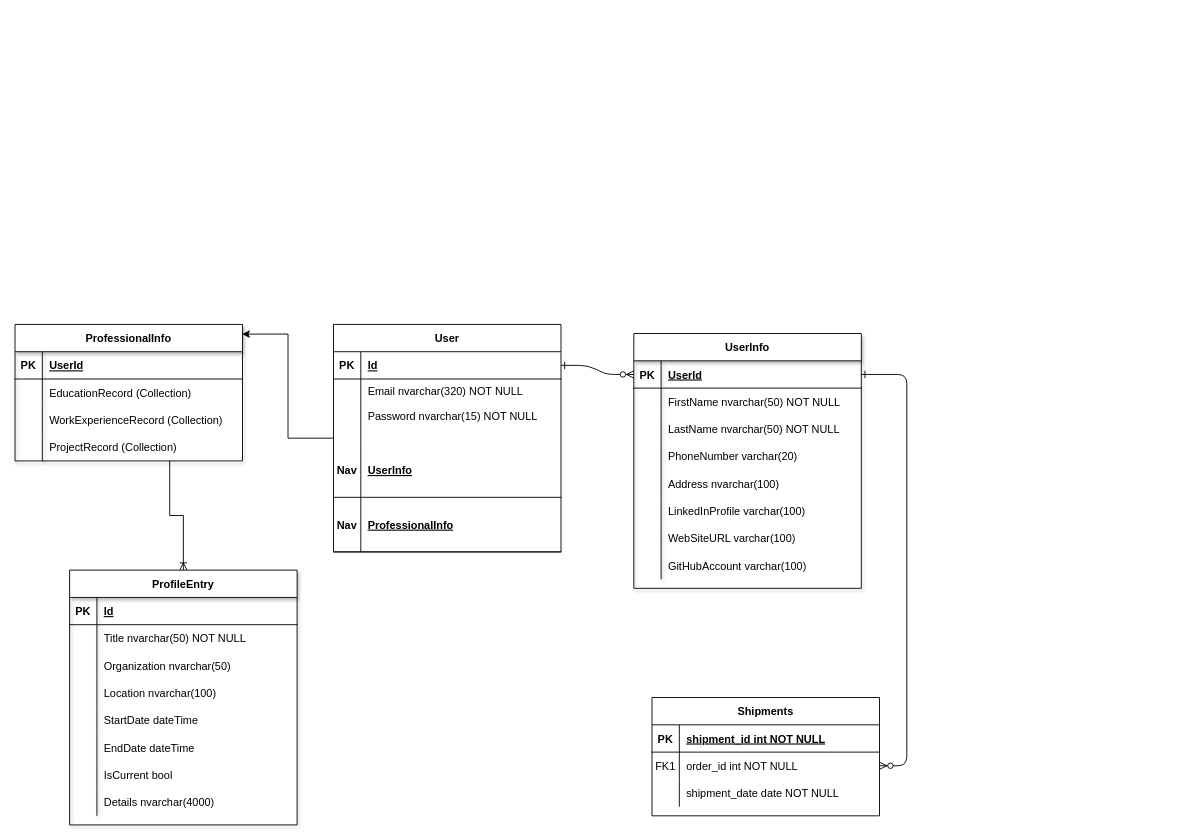
This is ResumeBuilderDBDiagram.drawio from SantiCarreno9/ResumeBuilderMVC, a draw.io file, before an edit. Source tidied: cells renumbered, new cells numbered last; positions are measured from the earlier drawing's top-left corner, leaving out a move shared by most shapes. Both pictures are drawn from the tidied source at 91%, with x=0, y=0 at pixel (15, 324).
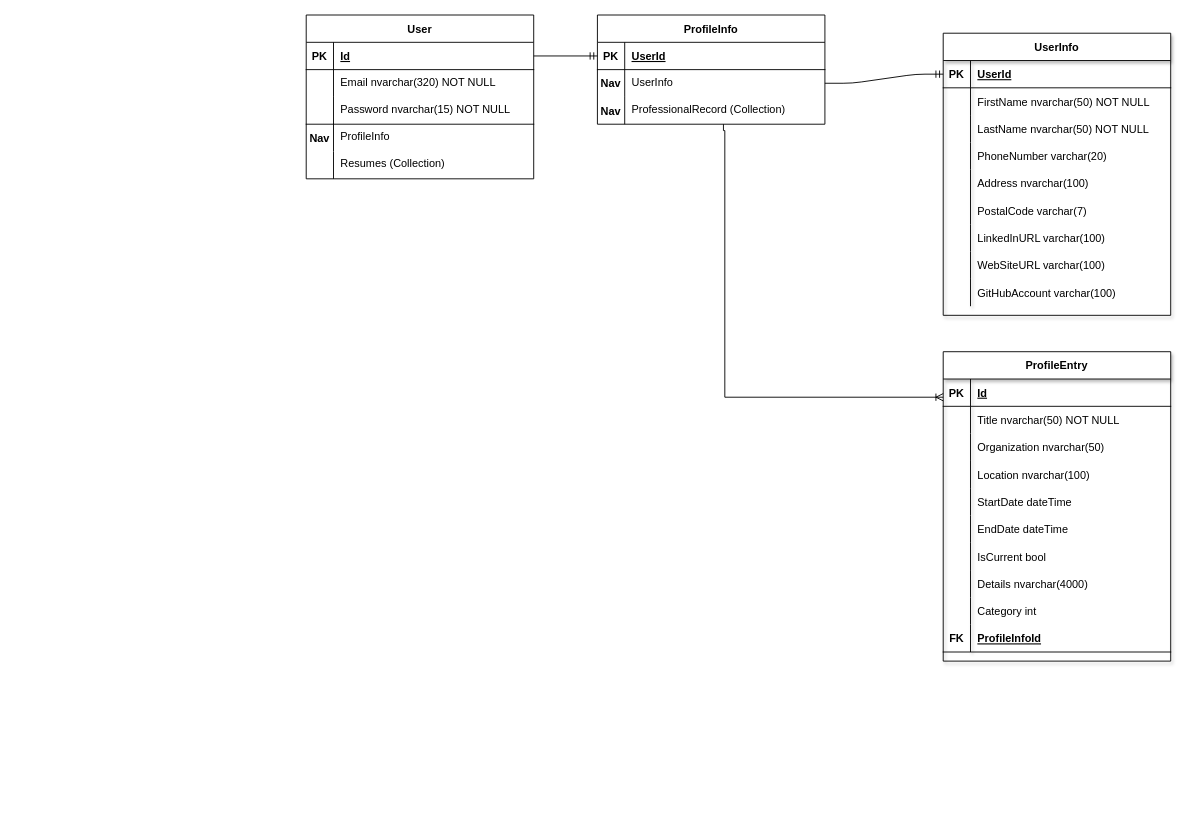
Above is the later version.

The change refers to these unchanged cells:
```xml
<mxCell id="5" style="shape=partialRectangle;fillColor=none;points=[[0,0.5],[1,0.5]];portConstraint=eastwest;top=0;left=0;right=0;bottom=1;" parent="4" vertex="1">
  <mxGeometry y="30" width="250" height="30" as="geometry" />
</mxCell>
<mxCell id="40" style="shape=partialRectangle;fillColor=none;points=[[0,0.5],[1,0.5]];portConstraint=eastwest;top=0;left=0;right=0;bottom=1;" parent="39" vertex="1">
  <mxGeometry y="30" width="250" height="30" as="geometry" />
</mxCell>
```

Change to the diagram source:
```diff
@@
-    <mxCell id="2" style="edgeStyle=entityRelationEdgeStyle;endArrow=ERzeroToMany;startArrow=ERone;endFill=1;startFill=0;entryX=0;entryY=0.5;entryDx=0;entryDy=0;" parent="1" edge="1" source="40" target="5">
+    <mxCell id="2" style="edgeStyle=entityRelationEdgeStyle;endArrow=ERmandOne;startArrow=none;endFill=0;startFill=0;entryX=0;entryY=0.5;entryDx=0;entryDy=0;exitX=1;exitY=0.5;exitDx=0;exitDy=0;" parent="1" edge="1" target="5">
       <mxGeometry relative="1" as="geometry">
+        <mxPoint x="890" y="-265" as="sourcePoint" />
         <Array as="points">
           <mxPoint x="660" y="80" />
         </Array>
       </mxGeometry>
     </mxCell>
-    <mxCell id="3" style="edgeStyle=entityRelationEdgeStyle;endArrow=ERzeroToMany;startArrow=ERone;endFill=1;startFill=0;" parent="1" edge="1" source="5" target="33">
-      <mxGeometry relative="1" as="geometry" />
-    </mxCell>
     <mxCell id="4" value="UserInfo" style="shape=table;startSize=30;childLayout=tableLayout;rowLines=0;fontStyle=1;align=center;shadow=1;" parent="1" vertex="1">
-      <mxGeometry x="680" y="10" width="250" height="280" as="geometry" />
+      <mxGeometry x="1020" y="-320" width="250" height="310" as="geometry" />
     </mxCell>
@@
+    <mxCell id="92" style="shape=partialRectangle;fillColor=none;top=0;left=0;right=0;bottom=0;" parent="4" vertex="1">
+      <mxGeometry y="180" width="250" height="30" as="geometry" />
+    </mxCell>
+    <mxCell id="93" style="shape=partialRectangle;overflow=hidden;fillColor=none;top=0;left=0;bottom=0;right=0;" parent="92" vertex="1">
+      <mxGeometry width="30" height="30" as="geometry" />
+    </mxCell>
+    <mxCell id="94" value="PostalCode varchar(7)" style="shape=partialRectangle;overflow=hidden;fillColor=none;top=0;left=0;bottom=0;right=0;align=left;spacingLeft=6;" parent="92" vertex="1">
+      <mxGeometry x="30" width="220" height="30" as="geometry" />
+    </mxCell>
     <mxCell id="20" style="shape=partialRectangle;fillColor=none;top=0;left=0;right=0;bottom=0;" parent="4" vertex="1">
-      <mxGeometry y="180" width="250" height="30" as="geometry" />
+      <mxGeometry y="210" width="250" height="30" as="geometry" />
     </mxCell>
@@
-    <mxCell id="22" value="LinkedInProfile varchar(100)" style="shape=partialRectangle;overflow=hidden;fillColor=none;top=0;left=0;bottom=0;right=0;align=left;spacingLeft=6;" parent="20" vertex="1">
+    <mxCell id="22" value="LinkedInURL varchar(100)" style="shape=partialRectangle;overflow=hidden;fillColor=none;top=0;left=0;bottom=0;right=0;align=left;spacingLeft=6;" parent="20" vertex="1">
       <mxGeometry x="30" width="220" height="30" as="geometry" />
     </mxCell>
     <mxCell id="23" style="shape=partialRectangle;fillColor=none;top=0;left=0;right=0;bottom=0;" parent="4" vertex="1">
-      <mxGeometry y="210" width="250" height="30" as="geometry" />
+      <mxGeometry y="240" width="250" height="30" as="geometry" />
     </mxCell>
@@
     <mxCell id="26" style="shape=partialRectangle;fillColor=none;top=0;left=0;right=0;bottom=0;" parent="4" vertex="1">
-      <mxGeometry y="240" width="250" height="30" as="geometry" />
+      <mxGeometry y="270" width="250" height="30" as="geometry" />
     </mxCell>
@@
-    <mxCell id="29" value="Shipments" style="shape=table;startSize=30;childLayout=tableLayout;rowLines=0;fontStyle=1;align=center;" parent="1" vertex="1">
-      <mxGeometry x="700" y="410" width="250" height="130" as="geometry" />
-    </mxCell>
-    <mxCell id="30" style="shape=partialRectangle;fillColor=none;top=0;left=0;right=0;bottom=1;" parent="29" vertex="1">
-      <mxGeometry y="30" width="250" height="30" as="geometry" />
-    </mxCell>
-    <mxCell id="31" value="PK" style="shape=partialRectangle;overflow=hidden;fillColor=none;top=0;left=0;bottom=0;right=0;fontStyle=1;" parent="30" vertex="1">
-      <mxGeometry width="30" height="30" as="geometry" />
-    </mxCell>
-    <mxCell id="32" value="shipment_id int NOT NULL " style="shape=partialRectangle;overflow=hidden;fillColor=none;top=0;left=0;bottom=0;right=0;align=left;spacingLeft=6;fontStyle=5;" parent="30" vertex="1">
-      <mxGeometry x="30" width="220" height="30" as="geometry" />
-    </mxCell>
-    <mxCell id="33" style="shape=partialRectangle;fillColor=none;points=[[0,0.5],[1,0.5]];portConstraint=eastwest;top=0;left=0;right=0;bottom=0;" parent="29" vertex="1">
-      <mxGeometry y="60" width="250" height="30" as="geometry" />
-    </mxCell>
-    <mxCell id="34" value="FK1" style="shape=partialRectangle;overflow=hidden;fillColor=none;top=0;left=0;bottom=0;right=0;" parent="33" vertex="1">
-      <mxGeometry width="30" height="30" as="geometry" />
-    </mxCell>
-    <mxCell id="35" value="order_id int NOT NULL" style="shape=partialRectangle;overflow=hidden;fillColor=none;top=0;left=0;bottom=0;right=0;align=left;spacingLeft=6;" parent="33" vertex="1">
-      <mxGeometry x="30" width="220" height="30" as="geometry" />
-    </mxCell>
-    <mxCell id="36" style="shape=partialRectangle;fillColor=none;top=0;left=0;right=0;bottom=0;" parent="29" vertex="1">
-      <mxGeometry y="90" width="250" height="30" as="geometry" />
-    </mxCell>
-    <mxCell id="37" style="shape=partialRectangle;overflow=hidden;fillColor=none;top=0;left=0;bottom=0;right=0;" parent="36" vertex="1">
-      <mxGeometry width="30" height="30" as="geometry" />
-    </mxCell>
-    <mxCell id="38" value="shipment_date date NOT NULL" style="shape=partialRectangle;overflow=hidden;fillColor=none;top=0;left=0;bottom=0;right=0;align=left;spacingLeft=6;" parent="36" vertex="1">
-      <mxGeometry x="30" width="220" height="30" as="geometry" />
-    </mxCell>
     <mxCell id="39" value="User" style="shape=table;startSize=30;childLayout=tableLayout;rowLines=0;fontStyle=1;align=center;" parent="1" vertex="1">
-      <mxGeometry x="350" width="250" height="250" as="geometry" />
+      <mxGeometry x="320" y="-340" width="250" height="180" as="geometry" />
     </mxCell>
@@
     <mxCell id="43" style="shape=partialRectangle;fillColor=none;top=0;left=0;right=0;bottom=0;" parent="39" vertex="1">
-      <mxGeometry y="60" width="250" height="70" as="geometry" />
+      <mxGeometry y="60" width="250" height="30" as="geometry" />
     </mxCell>
     <mxCell id="44" style="shape=partialRectangle;overflow=hidden;fillColor=none;top=0;left=0;bottom=0;right=0;" parent="43" vertex="1">
-      <mxGeometry width="30" height="70" as="geometry" />
+      <mxGeometry width="30" height="30" as="geometry" />
     </mxCell>
-    <mxCell id="45" value="Email nvarchar(320) NOT NULL&#10;&#10;Password nvarchar(15) NOT NULL&#10;" style="shape=partialRectangle;overflow=hidden;fillColor=none;top=0;left=0;bottom=0;right=0;align=left;spacingLeft=6;verticalAlign=top;" parent="43" vertex="1">
-      <mxGeometry x="30" width="220" height="70" as="geometry" />
+    <mxCell id="45" value="Email nvarchar(320) NOT NULL&#10;" style="shape=partialRectangle;overflow=hidden;fillColor=none;top=0;left=0;bottom=0;right=0;align=left;spacingLeft=6;verticalAlign=top;" parent="43" vertex="1">
+      <mxGeometry x="30" width="220" height="30" as="geometry" />
     </mxCell>
-    <mxCell id="46" style="shape=partialRectangle;fillColor=none;top=0;left=0;right=0;bottom=1;" parent="39" vertex="1">
-      <mxGeometry y="130" width="250" height="60" as="geometry" />
-    </mxCell>
-    <mxCell id="47" value="Nav" style="shape=partialRectangle;overflow=hidden;fillColor=none;top=0;left=0;bottom=0;right=0;fontStyle=1;" parent="46" vertex="1">
-      <mxGeometry width="30" height="60" as="geometry" />
-    </mxCell>
-    <mxCell id="48" value="UserInfo" style="shape=partialRectangle;overflow=hidden;fillColor=none;top=0;left=0;bottom=0;right=0;align=left;spacingLeft=6;fontStyle=5;" parent="46" vertex="1">
-      <mxGeometry x="30" width="220" height="60" as="geometry" />
-    </mxCell>
-    <mxCell id="49" style="shape=partialRectangle;fillColor=none;top=0;left=0;right=0;bottom=1;" parent="39" vertex="1">
-      <mxGeometry y="190" width="250" height="60" as="geometry" />
-    </mxCell>
-    <mxCell id="50" value="Nav" style="shape=partialRectangle;overflow=hidden;fillColor=none;top=0;left=0;bottom=0;right=0;fontStyle=1;" parent="49" vertex="1">
-      <mxGeometry width="30" height="60" as="geometry" />
-    </mxCell>
-    <mxCell id="51" value="ProfessionalInfo" style="shape=partialRectangle;overflow=hidden;fillColor=none;top=0;left=0;bottom=0;right=0;align=left;spacingLeft=6;fontStyle=5;" parent="49" vertex="1">
-      <mxGeometry x="30" width="220" height="60" as="geometry" />
-    </mxCell>
-    <mxCell id="52" value="ProfessionalInfo" style="shape=table;startSize=30;childLayout=tableLayout;rowLines=0;fontStyle=1;align=center;shadow=1;" parent="1" vertex="1">
-      <mxGeometry width="250" height="150" as="geometry" />
-    </mxCell>
-    <mxCell id="53" style="shape=partialRectangle;fillColor=none;top=0;left=0;right=0;bottom=1;" parent="52" vertex="1">
-      <mxGeometry y="30" width="250" height="30" as="geometry" />
-    </mxCell>
-    <mxCell id="54" value="PK" style="shape=partialRectangle;overflow=hidden;fillColor=none;top=0;left=0;bottom=0;right=0;fontStyle=1;" parent="53" vertex="1">
-      <mxGeometry width="30" height="30" as="geometry" />
-    </mxCell>
-    <mxCell id="55" value="UserId" style="shape=partialRectangle;overflow=hidden;fillColor=none;top=0;left=0;bottom=0;right=0;align=left;spacingLeft=6;fontStyle=5;" parent="53" vertex="1">
-      <mxGeometry x="30" width="220" height="30" as="geometry" />
-    </mxCell>
-    <mxCell id="56" style="shape=partialRectangle;fillColor=none;top=0;left=0;right=0;bottom=0;" parent="52" vertex="1">
-      <mxGeometry y="60" width="250" height="30" as="geometry" />
-    </mxCell>
-    <mxCell id="57" style="shape=partialRectangle;overflow=hidden;fillColor=none;top=0;left=0;bottom=0;right=0;" parent="56" vertex="1">
-      <mxGeometry width="30" height="30" as="geometry" />
-    </mxCell>
-    <mxCell id="58" value="EducationRecord (Collection)" style="shape=partialRectangle;overflow=hidden;fillColor=none;top=0;left=0;bottom=0;right=0;align=left;spacingLeft=6;" parent="56" vertex="1">
-      <mxGeometry x="30" width="220" height="30" as="geometry" />
-    </mxCell>
-    <mxCell id="59" style="shape=partialRectangle;fillColor=none;top=0;left=0;right=0;bottom=0;" parent="52" vertex="1">
-      <mxGeometry y="90" width="250" height="30" as="geometry" />
-    </mxCell>
-    <mxCell id="60" style="shape=partialRectangle;overflow=hidden;fillColor=none;top=0;left=0;bottom=0;right=0;" parent="59" vertex="1">
-      <mxGeometry width="30" height="30" as="geometry" />
-    </mxCell>
-    <mxCell id="61" value="WorkExperienceRecord (Collection)" style="shape=partialRectangle;overflow=hidden;fillColor=none;top=0;left=0;bottom=0;right=0;align=left;spacingLeft=6;" parent="59" vertex="1">
-      <mxGeometry x="30" width="220" height="30" as="geometry" />
-    </mxCell>
+    <mxCell id="95" style="shape=partialRectangle;fillColor=none;top=0;left=0;right=0;bottom=0;" parent="39" vertex="1">
+      <mxGeometry y="90" width="250" height="30" as="geometry" />
+    </mxCell>
+    <mxCell id="96" style="shape=partialRectangle;overflow=hidden;fillColor=none;top=0;left=0;bottom=0;right=0;" parent="95" vertex="1">
+      <mxGeometry width="30" height="30" as="geometry" />
+    </mxCell>
+    <mxCell id="97" value="Password nvarchar(15) NOT NULL&#10;" style="shape=partialRectangle;overflow=hidden;fillColor=none;top=0;left=0;bottom=0;right=0;align=left;spacingLeft=6;verticalAlign=top;" parent="95" vertex="1">
+      <mxGeometry x="30" width="220" height="30" as="geometry" />
+    </mxCell>
-    <mxCell id="62" style="shape=partialRectangle;fillColor=none;points=[[0,0.5],[1,0.5]];portConstraint=eastwest;top=0;left=0;right=0;bottom=0;" parent="52" vertex="1">
+    <mxCell id="62" style="shape=partialRectangle;fillColor=none;points=[[0,0.5],[1,0.5]];portConstraint=eastwest;top=0;left=0;right=0;bottom=0;" parent="39" vertex="1">
       <mxGeometry y="120" width="250" height="30" as="geometry" />
     </mxCell>
-    <mxCell id="63" style="shape=partialRectangle;overflow=hidden;fillColor=none;top=0;left=0;bottom=0;right=0;" parent="62" vertex="1">
-      <mxGeometry width="30" height="30" as="geometry" />
-    </mxCell>
-    <mxCell id="64" value="ProjectRecord (Collection)" style="shape=partialRectangle;overflow=hidden;fillColor=none;top=0;left=0;bottom=0;right=0;align=left;spacingLeft=6;" parent="62" vertex="1">
-      <mxGeometry x="30" width="220" height="30" as="geometry" />
-    </mxCell>
-    <mxCell id="65" style="edgeStyle=orthogonalEdgeStyle;rounded=0;jettySize=auto;html=1;entryX=0.998;entryY=0.071;entryDx=0;entryDy=0;entryPerimeter=0;" parent="1" edge="1" source="39" target="52">
-      <mxGeometry relative="1" as="geometry" />
-    </mxCell>
+    <mxCell id="98" value="Nav" style="shape=partialRectangle;overflow=hidden;fillColor=none;top=1;left=0;bottom=0;right=0;fontStyle=1;" parent="62" vertex="1">
+      <mxGeometry width="30" height="30" as="geometry" />
+    </mxCell>
+    <mxCell id="99" value="ProfileInfo" style="shape=partialRectangle;overflow=hidden;fillColor=none;top=1;left=0;bottom=0;right=0;align=left;spacingLeft=6;verticalAlign=top;" parent="62" vertex="1">
+      <mxGeometry x="30" width="220" height="30" as="geometry" />
+    </mxCell>
+    <mxCell id="100" style="shape=partialRectangle;fillColor=none;top=0;left=0;right=0;bottom=0;" parent="39" vertex="1">
+      <mxGeometry y="150" width="250" height="30" as="geometry" />
+    </mxCell>
+    <mxCell id="101" style="shape=partialRectangle;overflow=hidden;fillColor=none;top=0;left=0;bottom=0;right=0;fontStyle=1;" parent="100" vertex="1">
+      <mxGeometry width="30" height="30" as="geometry" />
+    </mxCell>
+    <mxCell id="102" value="Resumes (Collection)" style="shape=partialRectangle;overflow=hidden;fillColor=none;top=0;left=0;bottom=0;right=0;align=left;spacingLeft=6;verticalAlign=top;" parent="100" vertex="1">
+      <mxGeometry x="30" width="220" height="30" as="geometry" />
+    </mxCell>
     <mxCell id="66" value="ProfileEntry" style="shape=table;startSize=30;childLayout=tableLayout;rowLines=0;fontStyle=1;align=center;shadow=1;" parent="1" vertex="1">
-      <mxGeometry x="60" y="270" width="250" height="280" as="geometry" />
+      <mxGeometry x="1020" y="30" width="250" height="340" as="geometry" />
     </mxCell>
@@
+    <mxCell id="103" style="shape=partialRectangle;fillColor=none;top=0;left=0;right=0;bottom=0;" parent="66" vertex="1">
+      <mxGeometry y="270" width="250" height="30" as="geometry" />
+    </mxCell>
+    <mxCell id="104" style="shape=partialRectangle;overflow=hidden;fillColor=none;top=0;left=0;bottom=0;right=0;" parent="103" vertex="1">
+      <mxGeometry width="30" height="30" as="geometry" />
+    </mxCell>
+    <mxCell id="105" value="Category int" style="shape=partialRectangle;overflow=hidden;fillColor=none;top=0;left=0;bottom=0;right=0;align=left;spacingLeft=6;" parent="103" vertex="1">
+      <mxGeometry x="30" width="220" height="30" as="geometry" />
+    </mxCell>
+    <mxCell id="106" style="shape=partialRectangle;fillColor=none;top=0;left=0;right=0;bottom=1;" parent="66" vertex="1">
+      <mxGeometry y="300" width="250" height="30" as="geometry" />
+    </mxCell>
+    <mxCell id="107" value="FK" style="shape=partialRectangle;overflow=hidden;fillColor=none;top=0;left=0;bottom=0;right=0;fontStyle=1;" parent="106" vertex="1">
+      <mxGeometry width="30" height="30" as="geometry" />
+    </mxCell>
+    <mxCell id="108" value="ProfileInfoId" style="shape=partialRectangle;overflow=hidden;fillColor=none;top=0;left=0;bottom=0;right=0;align=left;spacingLeft=6;fontStyle=5;" parent="106" vertex="1">
+      <mxGeometry x="30" width="220" height="30" as="geometry" />
+    </mxCell>
-    <mxCell id="91" style="edgeStyle=orthogonalEdgeStyle;rounded=0;jettySize=auto;html=1;entryX=0.68;entryY=1;entryDx=0;entryDy=0;entryPerimeter=0;endArrow=none;endFill=0;startArrow=ERoneToMany;startFill=0;" parent="1" edge="1" source="66" target="62">
-      <mxGeometry relative="1" as="geometry" />
+    <mxCell id="91" style="edgeStyle=orthogonalEdgeStyle;rounded=0;orthogonalLoop=1;jettySize=auto;html=1;endArrow=none;endFill=0;startArrow=ERoneToMany;startFill=0;entryX=0.514;entryY=1.015;entryDx=0;entryDy=0;entryPerimeter=0;" parent="1" edge="1">
+      <mxGeometry relative="1" as="geometry">
+        <mxPoint x="1020" y="80" as="sourcePoint" />
+        <mxPoint x="778.5" y="-220" as="targetPoint" />
+        <Array as="points">
+          <mxPoint x="780" y="80" />
+          <mxPoint x="780" y="-213" />
+          <mxPoint x="778" y="-213" />
+        </Array>
+      </mxGeometry>
     </mxCell>
+    <mxCell id="109" value="ProfileInfo" style="shape=table;startSize=30;childLayout=tableLayout;rowLines=0;fontStyle=1;align=center;" parent="1" vertex="1">
+      <mxGeometry x="640" y="-340" width="250" height="120" as="geometry" />
+    </mxCell>
+    <mxCell id="110" style="shape=partialRectangle;fillColor=none;points=[[0,0.5],[1,0.5]];portConstraint=eastwest;top=0;left=0;right=0;bottom=1;" parent="109" vertex="1">
+      <mxGeometry y="30" width="250" height="30" as="geometry" />
+    </mxCell>
+    <mxCell id="111" value="PK" style="shape=partialRectangle;overflow=hidden;fillColor=none;top=0;left=0;bottom=0;right=0;fontStyle=1;" parent="110" vertex="1">
+      <mxGeometry width="30" height="30" as="geometry" />
+    </mxCell>
+    <mxCell id="55" value="UserId" style="shape=partialRectangle;overflow=hidden;fillColor=none;top=0;left=0;bottom=0;right=0;align=left;spacingLeft=6;fontStyle=5;" parent="110" vertex="1">
+      <mxGeometry x="30" width="220" height="30" as="geometry" />
+    </mxCell>
+    <mxCell id="112" style="shape=partialRectangle;fillColor=none;top=0;left=0;right=0;bottom=0;" parent="109" vertex="1">
+      <mxGeometry y="60" width="250" height="30" as="geometry" />
+    </mxCell>
+    <mxCell id="113" value="Nav" style="shape=partialRectangle;overflow=hidden;fillColor=none;top=0;left=0;bottom=0;right=0;fontStyle=1;" parent="112" vertex="1">
+      <mxGeometry width="30" height="30" as="geometry" />
+    </mxCell>
+    <mxCell id="48" value="UserInfo" style="shape=partialRectangle;overflow=hidden;fillColor=none;top=0;left=0;bottom=0;right=0;align=left;spacingLeft=6;verticalAlign=top;strokeColor=inherit;" parent="112" vertex="1">
+      <mxGeometry x="30" width="220" height="30" as="geometry" />
+    </mxCell>
+    <mxCell id="114" style="shape=partialRectangle;fillColor=none;top=0;left=0;right=0;bottom=0;strokeColor=inherit;" parent="109" vertex="1">
+      <mxGeometry y="90" width="250" height="30" as="geometry" />
+    </mxCell>
+    <mxCell id="115" value="Nav" style="shape=partialRectangle;overflow=hidden;fillColor=none;top=0;left=0;bottom=0;right=0;fontStyle=1;" parent="114" vertex="1">
+      <mxGeometry width="30" height="30" as="geometry" />
+    </mxCell>
+    <mxCell id="116" value="ProfessionalRecord (Collection)" style="shape=partialRectangle;overflow=hidden;fillColor=none;top=0;left=0;bottom=0;right=0;align=left;spacingLeft=6;verticalAlign=top;" parent="114" vertex="1">
+      <mxGeometry x="30" width="220" height="30" as="geometry" />
+    </mxCell>
+    <mxCell id="117" style="edgeStyle=orthogonalEdgeStyle;rounded=0;jettySize=auto;html=1;exitX=1;exitY=0.5;exitDx=0;exitDy=0;entryX=0;entryY=0.5;entryDx=0;entryDy=0;endArrow=ERmandOne;endFill=0;" parent="1" edge="1" source="40" target="110">
+      <mxGeometry relative="1" as="geometry" />
+    </mxCell>
```
